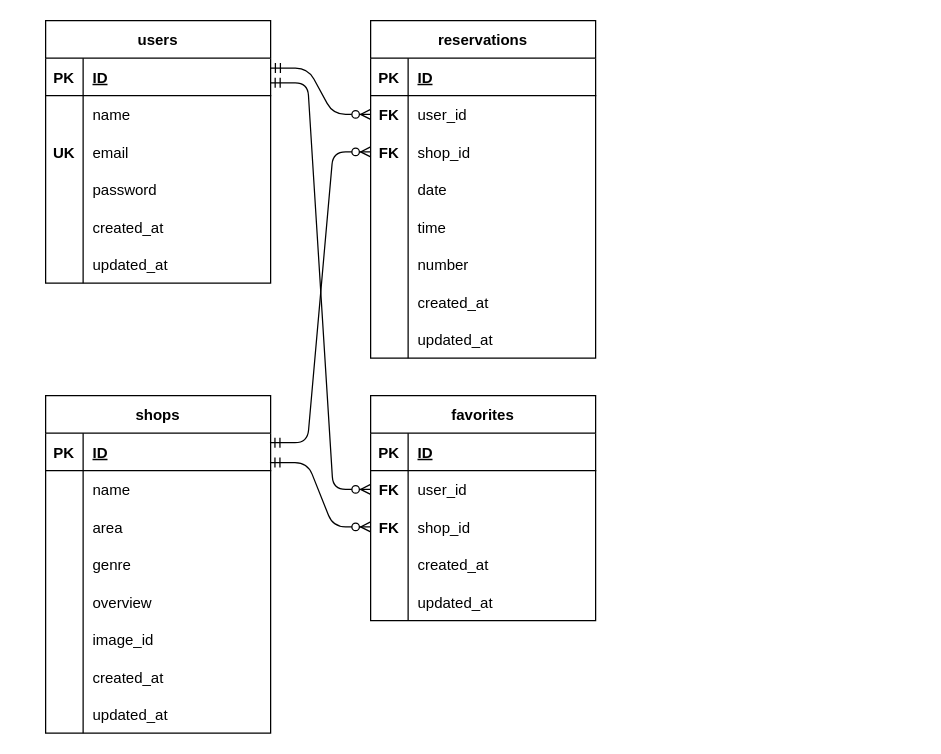
The draw.io diagram docker/mysql/database.dio in YamaguchiTomoaki/Rese, before the edit. Source tidied: cells renumbered, new cells numbered last; positions are measured from the earlier drawing's top-left corner, leaving out a move shared by most shapes. Both pictures are drawn from the tidied source at 125%, with x=0, y=0 at pixel (45, 20).
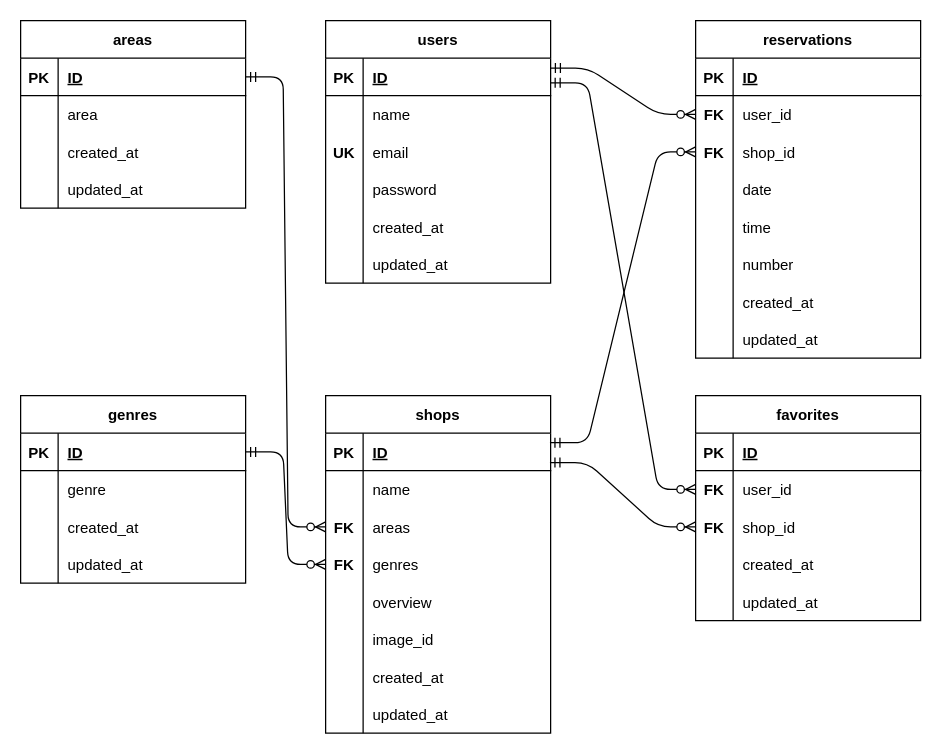
Above is the later version.

The change refers to these unchanged cells:
```xml
<mxCell id="28" style="shape=tableRow;horizontal=0;startSize=0;swimlaneHead=0;swimlaneBody=0;fillColor=none;points=[[0,0.5],[1,0.5]];portConstraint=eastwest;top=0;left=0;right=0;bottom=0;" parent="21" vertex="1">
  <mxGeometry y="90" width="180" height="30" as="geometry" />
</mxCell>
<mxCell id="31" style="shape=tableRow;horizontal=0;startSize=0;swimlaneHead=0;swimlaneBody=0;fillColor=none;points=[[0,0.5],[1,0.5]];portConstraint=eastwest;top=0;left=0;right=0;bottom=0;" parent="21" vertex="1">
  <mxGeometry y="120" width="180" height="30" as="geometry" />
</mxCell>
```

The edit, as a diff of the source:
```diff
@@
     <mxCell id="2" value="users" style="shape=table;startSize=30;childLayout=tableLayout;rowLines=0;fontStyle=1;align=center;" parent="1" vertex="1">
-      <mxGeometry width="180" height="210" as="geometry" />
+      <mxGeometry x="224" width="180" height="210" as="geometry" />
     </mxCell>
@@
     <mxCell id="21" value="shops" style="shape=table;startSize=30;childLayout=tableLayout;rowLines=0;fontStyle=1;align=center;" parent="1" vertex="1">
-      <mxGeometry y="300" width="180" height="270" as="geometry" />
+      <mxGeometry x="224" y="300" width="180" height="270" as="geometry" />
     </mxCell>
@@
-    <mxCell id="29" style="shape=partialRectangle;fillColor=none;top=0;left=0;bottom=0;right=0;overflow=hidden;" parent="28" vertex="1">
+    <mxCell id="29" value="FK" style="shape=partialRectangle;fillColor=none;top=0;left=0;bottom=0;right=0;overflow=hidden;fontStyle=1;" parent="28" vertex="1">
       <mxGeometry width="30" height="30" as="geometry" />
     </mxCell>
-    <mxCell id="30" value="area" style="shape=partialRectangle;fillColor=none;top=0;left=0;bottom=0;right=0;align=left;spacingLeft=6;overflow=hidden;" parent="28" vertex="1">
+    <mxCell id="30" value="areas" style="shape=partialRectangle;fillColor=none;top=0;left=0;bottom=0;right=0;align=left;spacingLeft=6;overflow=hidden;" parent="28" vertex="1">
       <mxGeometry x="30" width="150" height="30" as="geometry" />
     </mxCell>
@@
-    <mxCell id="32" style="shape=partialRectangle;fillColor=none;top=0;left=0;bottom=0;right=0;overflow=hidden;" parent="31" vertex="1">
+    <mxCell id="32" value="FK" style="shape=partialRectangle;fillColor=none;top=0;left=0;bottom=0;right=0;overflow=hidden;fontStyle=1;" parent="31" vertex="1">
       <mxGeometry width="30" height="30" as="geometry" />
     </mxCell>
-    <mxCell id="33" value="genre" style="shape=partialRectangle;fillColor=none;top=0;left=0;bottom=0;right=0;align=left;spacingLeft=6;overflow=hidden;" parent="31" vertex="1">
+    <mxCell id="33" value="genres" style="shape=partialRectangle;fillColor=none;top=0;left=0;bottom=0;right=0;align=left;spacingLeft=6;overflow=hidden;" parent="31" vertex="1">
       <mxGeometry x="30" width="150" height="30" as="geometry" />
     </mxCell>
@@
     <mxCell id="46" value="reservations" style="shape=table;startSize=30;childLayout=tableLayout;rowLines=0;fontStyle=1;align=center;" parent="1" vertex="1">
-      <mxGeometry x="260" width="180" height="270" as="geometry" />
+      <mxGeometry x="520" width="180" height="270" as="geometry" />
     </mxCell>
@@
     <mxCell id="71" value="favorites" style="shape=table;startSize=30;childLayout=tableLayout;rowLines=0;fontStyle=1;align=center;" parent="1" vertex="1">
-      <mxGeometry x="260" y="300" width="180" height="180" as="geometry" />
+      <mxGeometry x="520" y="300" width="180" height="180" as="geometry" />
     </mxCell>
@@
+    <mxCell id="91" value="areas" style="shape=table;startSize=30;childLayout=tableLayout;rowLines=0;fontStyle=1;align=center;" parent="1" vertex="1">
+      <mxGeometry x="-20" width="180" height="150" as="geometry" />
+    </mxCell>
+    <mxCell id="92" style="shape=tableRow;horizontal=0;startSize=0;swimlaneHead=0;swimlaneBody=0;fillColor=none;points=[[0,0.5],[1,0.5]];portConstraint=eastwest;top=0;left=0;right=0;bottom=1;" parent="91" vertex="1">
+      <mxGeometry y="30" width="180" height="30" as="geometry" />
+    </mxCell>
+    <mxCell id="93" value="PK" style="shape=partialRectangle;fillColor=none;top=0;left=0;bottom=0;right=0;fontStyle=1;overflow=hidden;" parent="92" vertex="1">
+      <mxGeometry width="30" height="30" as="geometry" />
+    </mxCell>
+    <mxCell id="94" value="ID" style="shape=partialRectangle;fillColor=none;top=0;left=0;bottom=0;right=0;align=left;spacingLeft=6;fontStyle=5;overflow=hidden;" parent="92" vertex="1">
+      <mxGeometry x="30" width="150" height="30" as="geometry" />
+    </mxCell>
+    <mxCell id="95" style="shape=tableRow;horizontal=0;startSize=0;swimlaneHead=0;swimlaneBody=0;fillColor=none;top=0;left=0;right=0;bottom=0;" parent="91" vertex="1">
+      <mxGeometry y="60" width="180" height="30" as="geometry" />
+    </mxCell>
+    <mxCell id="96" style="shape=partialRectangle;fillColor=none;top=0;left=0;bottom=0;right=0;overflow=hidden;" parent="95" vertex="1">
+      <mxGeometry width="30" height="30" as="geometry" />
+    </mxCell>
+    <mxCell id="97" value="area" style="shape=partialRectangle;fillColor=none;top=0;left=0;bottom=0;right=0;align=left;spacingLeft=6;overflow=hidden;" parent="95" vertex="1">
+      <mxGeometry x="30" width="150" height="30" as="geometry" />
+    </mxCell>
+    <mxCell id="98" style="shape=tableRow;horizontal=0;startSize=0;swimlaneHead=0;swimlaneBody=0;fillColor=none;top=0;left=0;right=0;bottom=0;" parent="91" vertex="1">
+      <mxGeometry y="90" width="180" height="30" as="geometry" />
+    </mxCell>
+    <mxCell id="99" style="shape=partialRectangle;fillColor=none;top=0;left=0;bottom=0;right=0;overflow=hidden;" parent="98" vertex="1">
+      <mxGeometry width="30" height="30" as="geometry" />
+    </mxCell>
+    <mxCell id="100" value="created_at" style="shape=partialRectangle;fillColor=none;top=0;left=0;bottom=0;right=0;align=left;spacingLeft=6;overflow=hidden;" parent="98" vertex="1">
+      <mxGeometry x="30" width="150" height="30" as="geometry" />
+    </mxCell>
+    <mxCell id="101" style="shape=tableRow;horizontal=0;startSize=0;swimlaneHead=0;swimlaneBody=0;fillColor=none;top=0;left=0;right=0;bottom=0;" parent="91" vertex="1">
+      <mxGeometry y="120" width="180" height="30" as="geometry" />
+    </mxCell>
+    <mxCell id="102" style="shape=partialRectangle;fillColor=none;top=0;left=0;bottom=0;right=0;overflow=hidden;" parent="101" vertex="1">
+      <mxGeometry width="30" height="30" as="geometry" />
+    </mxCell>
+    <mxCell id="103" value="updated_at" style="shape=partialRectangle;fillColor=none;top=0;left=0;bottom=0;right=0;align=left;spacingLeft=6;overflow=hidden;" parent="101" vertex="1">
+      <mxGeometry x="30" width="150" height="30" as="geometry" />
+    </mxCell>
+    <mxCell id="104" value="genres" style="shape=table;startSize=30;childLayout=tableLayout;rowLines=0;fontStyle=1;align=center;" parent="1" vertex="1">
+      <mxGeometry x="-20" y="300" width="180" height="150" as="geometry" />
+    </mxCell>
+    <mxCell id="105" style="shape=tableRow;horizontal=0;startSize=0;swimlaneHead=0;swimlaneBody=0;fillColor=none;points=[[0,0.5],[1,0.5]];portConstraint=eastwest;top=0;left=0;right=0;bottom=1;" parent="104" vertex="1">
+      <mxGeometry y="30" width="180" height="30" as="geometry" />
+    </mxCell>
+    <mxCell id="106" value="PK" style="shape=partialRectangle;fillColor=none;top=0;left=0;bottom=0;right=0;fontStyle=1;overflow=hidden;" parent="105" vertex="1">
+      <mxGeometry width="30" height="30" as="geometry" />
+    </mxCell>
+    <mxCell id="107" value="ID" style="shape=partialRectangle;fillColor=none;top=0;left=0;bottom=0;right=0;align=left;spacingLeft=6;fontStyle=5;overflow=hidden;" parent="105" vertex="1">
+      <mxGeometry x="30" width="150" height="30" as="geometry" />
+    </mxCell>
+    <mxCell id="108" style="shape=tableRow;horizontal=0;startSize=0;swimlaneHead=0;swimlaneBody=0;fillColor=none;top=0;left=0;right=0;bottom=0;" parent="104" vertex="1">
+      <mxGeometry y="60" width="180" height="30" as="geometry" />
+    </mxCell>
+    <mxCell id="109" style="shape=partialRectangle;fillColor=none;top=0;left=0;bottom=0;right=0;overflow=hidden;" parent="108" vertex="1">
+      <mxGeometry width="30" height="30" as="geometry" />
+    </mxCell>
+    <mxCell id="110" value="genre" style="shape=partialRectangle;fillColor=none;top=0;left=0;bottom=0;right=0;align=left;spacingLeft=6;overflow=hidden;" parent="108" vertex="1">
+      <mxGeometry x="30" width="150" height="30" as="geometry" />
+    </mxCell>
+    <mxCell id="111" style="shape=tableRow;horizontal=0;startSize=0;swimlaneHead=0;swimlaneBody=0;fillColor=none;top=0;left=0;right=0;bottom=0;" parent="104" vertex="1">
+      <mxGeometry y="90" width="180" height="30" as="geometry" />
+    </mxCell>
+    <mxCell id="112" style="shape=partialRectangle;fillColor=none;top=0;left=0;bottom=0;right=0;overflow=hidden;" parent="111" vertex="1">
+      <mxGeometry width="30" height="30" as="geometry" />
+    </mxCell>
+    <mxCell id="113" value="created_at" style="shape=partialRectangle;fillColor=none;top=0;left=0;bottom=0;right=0;align=left;spacingLeft=6;overflow=hidden;" parent="111" vertex="1">
+      <mxGeometry x="30" width="150" height="30" as="geometry" />
+    </mxCell>
+    <mxCell id="114" style="shape=tableRow;horizontal=0;startSize=0;swimlaneHead=0;swimlaneBody=0;fillColor=none;top=0;left=0;right=0;bottom=0;" parent="104" vertex="1">
+      <mxGeometry y="120" width="180" height="30" as="geometry" />
+    </mxCell>
+    <mxCell id="115" style="shape=partialRectangle;fillColor=none;top=0;left=0;bottom=0;right=0;overflow=hidden;" parent="114" vertex="1">
+      <mxGeometry width="30" height="30" as="geometry" />
+    </mxCell>
+    <mxCell id="116" value="updated_at" style="shape=partialRectangle;fillColor=none;top=0;left=0;bottom=0;right=0;align=left;spacingLeft=6;overflow=hidden;" parent="114" vertex="1">
+      <mxGeometry x="30" width="150" height="30" as="geometry" />
+    </mxCell>
+    <mxCell id="117" style="edgeStyle=entityRelationEdgeStyle;fontSize=12;html=1;endArrow=ERzeroToMany;startArrow=ERmandOne;exitX=1;exitY=0.5;exitDx=0;exitDy=0;entryX=0;entryY=0.5;entryDx=0;entryDy=0;" parent="1" edge="1" source="92" target="28">
+      <mxGeometry relative="1" as="geometry" />
+    </mxCell>
+    <mxCell id="118" style="edgeStyle=entityRelationEdgeStyle;fontSize=12;html=1;endArrow=ERzeroToMany;startArrow=ERmandOne;exitX=1;exitY=0.5;exitDx=0;exitDy=0;entryX=0;entryY=0.5;entryDx=0;entryDy=0;" parent="1" edge="1" source="105" target="31">
+      <mxGeometry relative="1" as="geometry" />
+    </mxCell>
```
